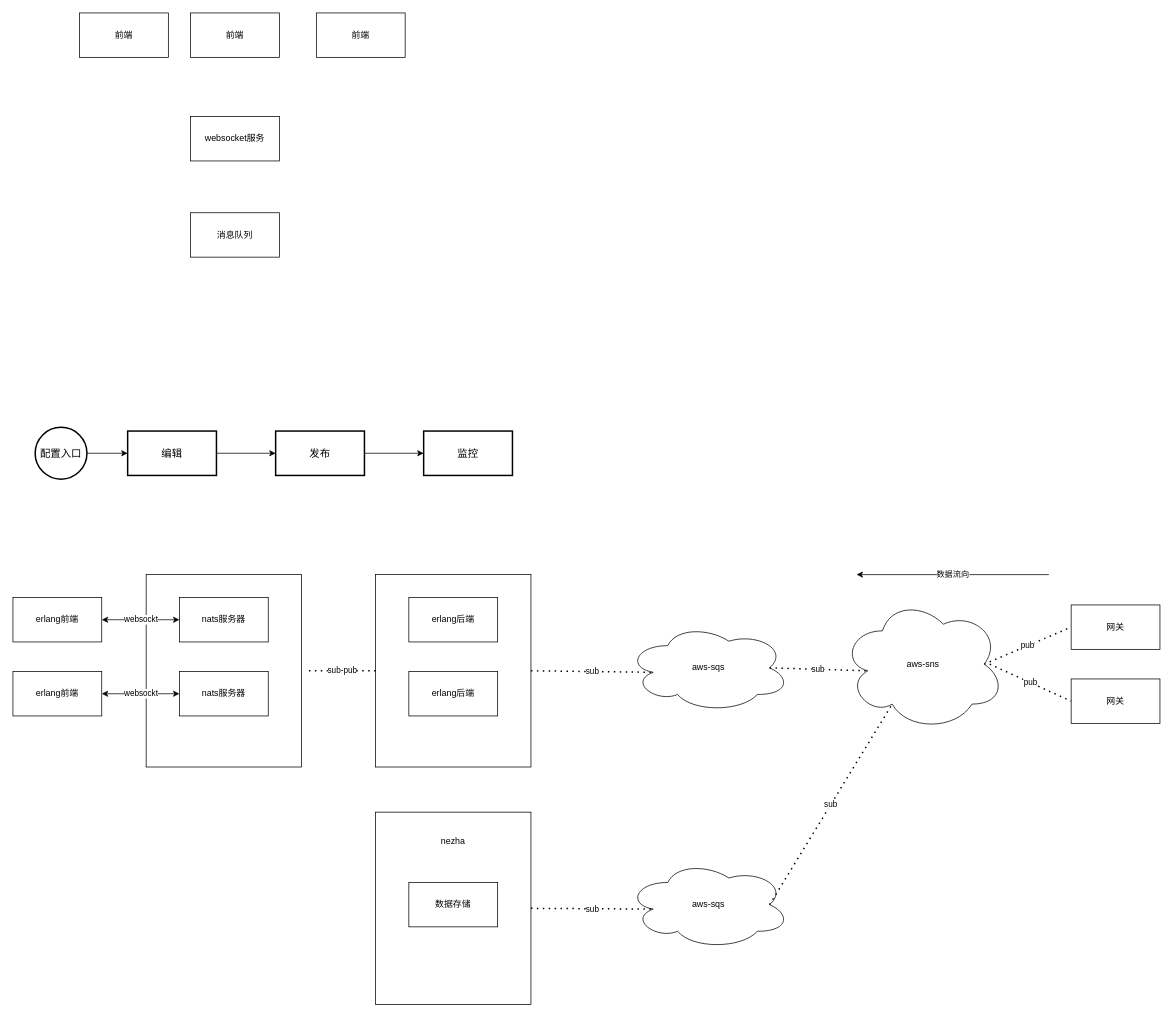
Earlier version of the draw.io diagram Untitled Diagram.drawio (huhailong147/Test). Source tidied: cells renumbered, new cells numbered last; positions are measured from the earlier drawing's top-left corner, leaving out a move shared by most shapes. Both pictures are drawn from the tidied source at 74%, with x=0, y=0 at pixel (13, 13).
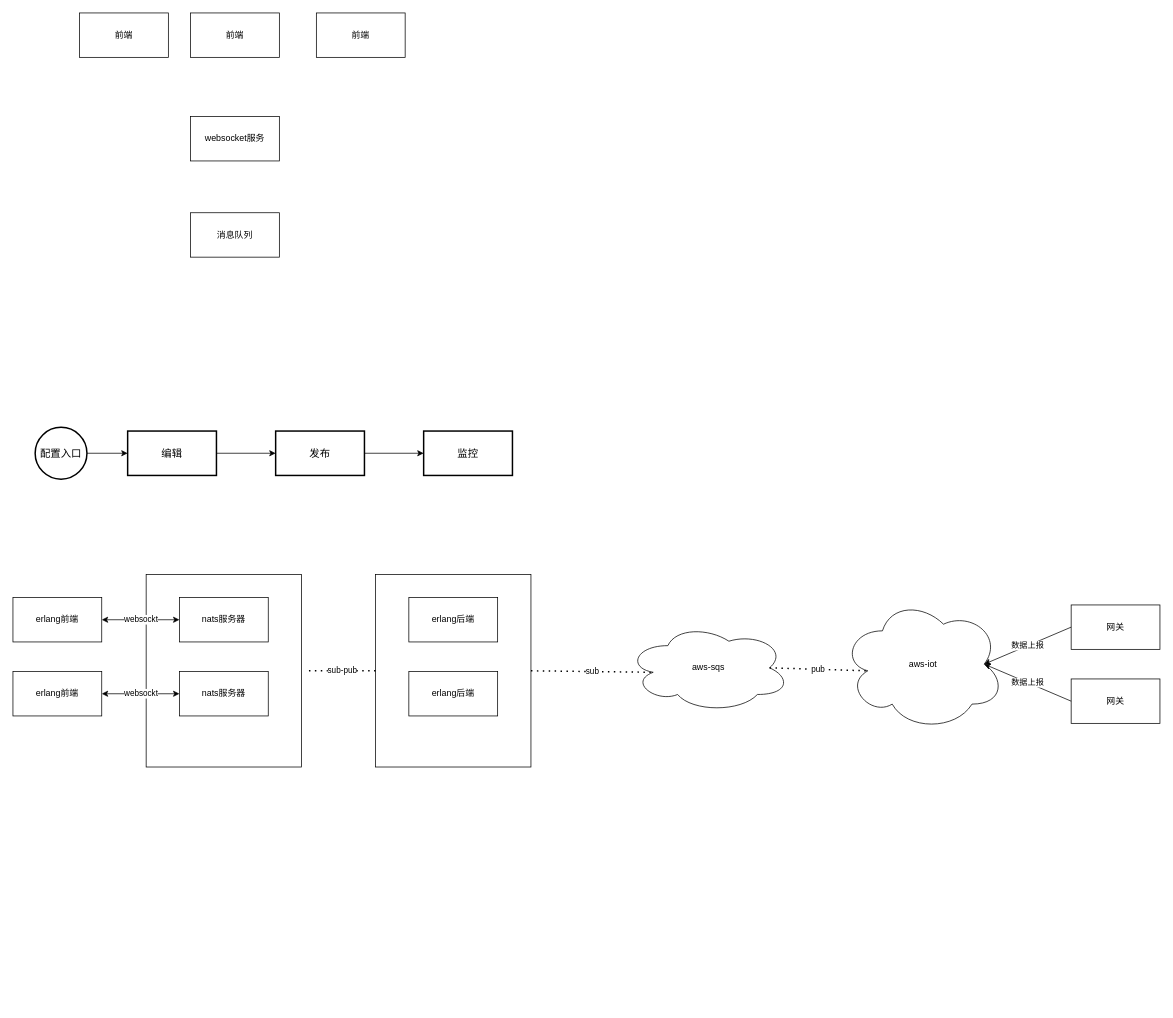
The same page after the edit.

Unchanged cells that the change refers to:
```xml
<mxCell id="26" value="网关" style="rounded=0;whiteSpace=wrap;html=1;" parent="1" vertex="1">
  <mxGeometry x="1430" y="800" width="120" height="60" as="geometry" />
</mxCell>
<mxCell id="27" value="网关" style="rounded=0;whiteSpace=wrap;html=1;" parent="1" vertex="1">
  <mxGeometry x="1430" y="900" width="120" height="60" as="geometry" />
</mxCell>
<mxCell id="28" value="aws-sqs" style="ellipse;shape=cloud;whiteSpace=wrap;html=1;" parent="1" vertex="1">
  <mxGeometry x="830" y="825" width="220" height="120" as="geometry" />
</mxCell>
```

Diff of the diagram source:
```diff
@@
-    <mxCell id="29" value="aws-sns" style="ellipse;shape=cloud;whiteSpace=wrap;html=1;" parent="1" vertex="1">
+    <mxCell id="29" value="aws-iot" style="ellipse;shape=cloud;whiteSpace=wrap;html=1;" parent="1" vertex="1">
       <mxGeometry x="1120" y="790" width="220" height="180" as="geometry" />
     </mxCell>
-    <mxCell id="30" value="pub" style="endArrow=none;dashed=1;html=1;dashPattern=1 3;strokeWidth=2;entryX=0;entryY=0.5;entryDx=0;entryDy=0;exitX=0.875;exitY=0.5;exitDx=0;exitDy=0;exitPerimeter=0;" parent="1" edge="1" source="29" target="26">
-      <mxGeometry relative="1" as="geometry" />
-    </mxCell>
-    <mxCell id="31" value="pub" style="endArrow=none;dashed=1;html=1;dashPattern=1 3;strokeWidth=2;entryX=0;entryY=0.5;entryDx=0;entryDy=0;" parent="1" edge="1" target="27">
-      <mxGeometry relative="1" as="geometry">
-        <mxPoint x="1320" y="880" as="sourcePoint" />
-      </mxGeometry>
-    </mxCell>
-    <mxCell id="32" value="sub" style="endArrow=none;dashed=1;html=1;dashPattern=1 3;strokeWidth=2;entryX=0.16;entryY=0.55;entryDx=0;entryDy=0;exitX=0.875;exitY=0.5;exitDx=0;exitDy=0;exitPerimeter=0;entryPerimeter=0;" parent="1" edge="1" source="28" target="29">
+    <mxCell id="32" value="pub" style="endArrow=none;dashed=1;html=1;dashPattern=1 3;strokeWidth=2;entryX=0.16;entryY=0.55;entryDx=0;entryDy=0;exitX=0.875;exitY=0.5;exitDx=0;exitDy=0;exitPerimeter=0;entryPerimeter=0;" parent="1" edge="1" source="28" target="29">
       <mxGeometry relative="1" as="geometry" />
     </mxCell>
-    <mxCell id="33" value="数据流向" style="endArrow=classic;html=1;" parent="1" edge="1">
-      <mxGeometry relative="1" as="geometry">
-        <mxPoint x="1400" y="759" as="sourcePoint" />
-        <mxPoint x="1140" y="759" as="targetPoint" />
-      </mxGeometry>
+    <mxCell id="33" value="数据上报" style="endArrow=classic;html=1;exitX=0;exitY=0.5;exitDx=0;exitDy=0;entryX=0.875;entryY=0.5;entryDx=0;entryDy=0;entryPerimeter=0;" parent="1" edge="1" source="26" target="29">
+      <mxGeometry relative="1" as="geometry" />
     </mxCell>
-    <mxCell id="34" value="aws-sqs" style="ellipse;shape=cloud;whiteSpace=wrap;html=1;" parent="1" vertex="1">
-      <mxGeometry x="830" y="1145" width="220" height="120" as="geometry" />
-    </mxCell>
-    <mxCell id="35" value="sub" style="endArrow=none;dashed=1;html=1;dashPattern=1 3;strokeWidth=2;entryX=0.31;entryY=0.8;entryDx=0;entryDy=0;exitX=0.875;exitY=0.5;exitDx=0;exitDy=0;exitPerimeter=0;entryPerimeter=0;" parent="1" edge="1" source="34" target="29">
-      <mxGeometry relative="1" as="geometry" />
-    </mxCell>
-    <mxCell id="36" style="rounded=0;whiteSpace=wrap;html=1;" parent="1" vertex="1">
-      <mxGeometry x="490" y="1080" width="210" height="260" as="geometry" />
-    </mxCell>
-    <mxCell id="37" value="数据存储" style="rounded=0;whiteSpace=wrap;html=1;" parent="1" vertex="1">
-      <mxGeometry x="535" y="1175" width="120" height="60" as="geometry" />
-    </mxCell>
-    <mxCell id="38" value="nezha" style="text;html=1;strokeColor=none;fillColor=none;align=center;verticalAlign=middle;whiteSpace=wrap;rounded=0;" parent="1" vertex="1">
-      <mxGeometry x="575" y="1110" width="40" height="20" as="geometry" />
-    </mxCell>
-    <mxCell id="39" value="sub" style="endArrow=none;dashed=1;html=1;dashPattern=1 3;strokeWidth=2;exitX=1;exitY=0.5;exitDx=0;exitDy=0;entryX=0.16;entryY=0.55;entryDx=0;entryDy=0;entryPerimeter=0;" parent="1" edge="1" source="36" target="34">
-      <mxGeometry relative="1" as="geometry" />
-    </mxCell>
+    <mxCell id="40" value="数据上报" style="endArrow=classic;html=1;exitX=0;exitY=0.5;exitDx=0;exitDy=0;entryX=0.875;entryY=0.5;entryDx=0;entryDy=0;entryPerimeter=0;" parent="1" edge="1" source="27" target="29">
+      <mxGeometry relative="1" as="geometry" />
+    </mxCell>
```
